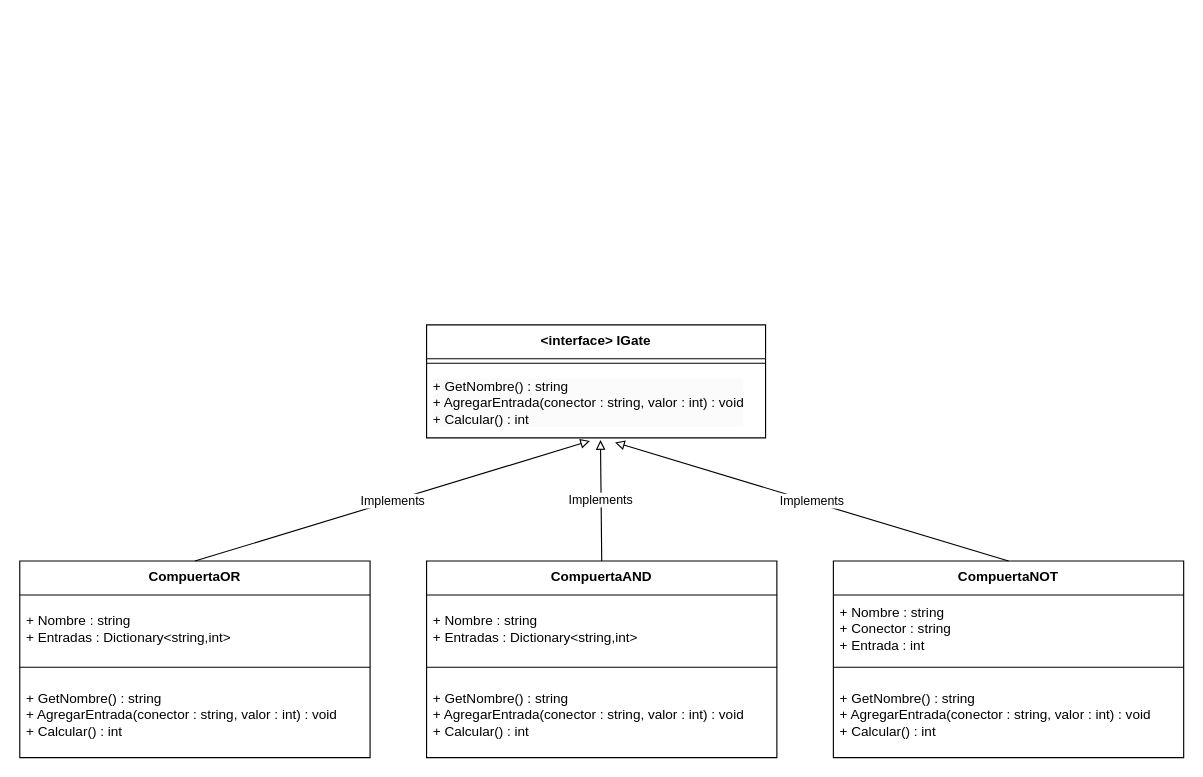
The draw.io diagram UML_Gates.drawio in DiegoBar2024/PII_Logic_Gates_Start, before the edit. Source tidied: cells renumbered, new cells numbered last; positions are measured from the earlier drawing's top-left corner, leaving out a move shared by most shapes. Both pictures are drawn from the tidied source at 113%, with x=0, y=0 at pixel (19, 324).
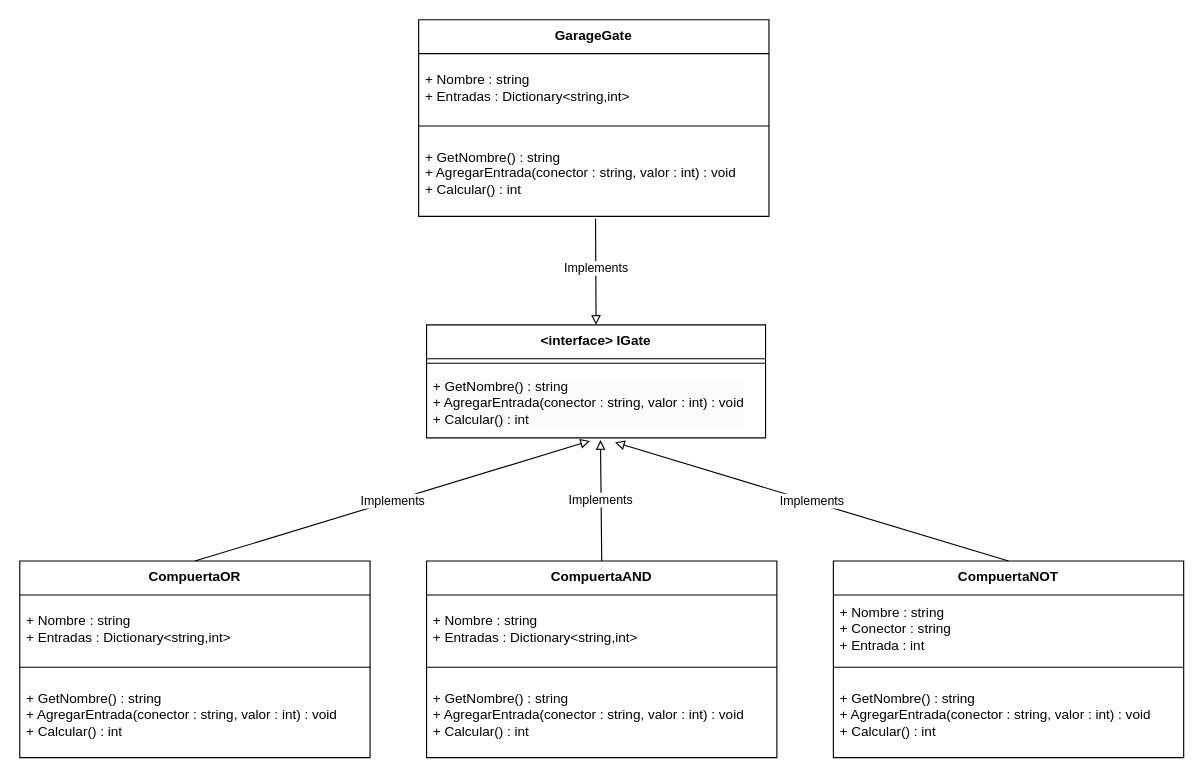
After the change.

Commit message:
Cambios UML

The change refers to these unchanged cells:
```xml
<mxCell id="6" value="&lt;b&gt;&amp;lt;interface&amp;gt; IGate&lt;/b&gt;" style="swimlane;fontStyle=0;align=center;verticalAlign=top;horizontal=1;startSize=30;html=1;whiteSpace=wrap;" parent="1" vertex="1">
  <mxGeometry x="360" width="300" height="100" as="geometry" />
</mxCell>
```

Change to the diagram source:
```diff
@@
+    <mxCell id="20" value="&lt;b&gt;GarageGate&lt;/b&gt;" style="swimlane;fontStyle=0;align=center;verticalAlign=top;horizontal=1;startSize=30;html=1;whiteSpace=wrap;" parent="1" vertex="1">
+      <mxGeometry x="353" y="-270" width="310" height="174" as="geometry" />
+    </mxCell>
+    <mxCell id="21" value="+ Nombre : string&lt;div&gt;+ Entradas : Dictionary&amp;lt;string,int&amp;gt;&lt;/div&gt;" style="text;html=1;strokeColor=none;fillColor=none;align=left;verticalAlign=middle;spacingLeft=4;spacingRight=4;overflow=hidden;whiteSpace=wrap;" parent="20" vertex="1">
+      <mxGeometry y="30" width="310" height="60" as="geometry" />
+    </mxCell>
+    <mxCell id="22" style="line;strokeWidth=1;fillColor=none;align=left;verticalAlign=bottom;spacingTop=-1;spacingLeft=3;spacingRight=3;labelPosition=right;" parent="20" vertex="1">
+      <mxGeometry y="90" width="310" height="8" as="geometry" />
+    </mxCell>
+    <mxCell id="23" value="&lt;div&gt;+ GetNombre() : string&lt;/div&gt;&lt;div&gt;+ AgregarEntrada(conector : string, valor : int) : void&lt;/div&gt;&lt;div&gt;+ Calcular() : int&lt;/div&gt;" style="text;html=1;strokeColor=none;fillColor=none;align=left;verticalAlign=middle;spacingLeft=4;spacingRight=4;overflow=hidden;points=[[0,0.5],[1,0.5]];portConstraint=eastwest;whiteSpace=wrap;" parent="20" vertex="1">
+      <mxGeometry y="98" width="310" height="76" as="geometry" />
+    </mxCell>
+    <mxCell id="24" value="Implements" style="endArrow=block;html=1;rounded=0;exitX=0.505;exitY=1.026;exitDx=0;exitDy=0;exitPerimeter=0;entryX=0.5;entryY=0;entryDx=0;entryDy=0;endFill=0;" parent="1" edge="1" source="23" target="6">
+      <mxGeometry x="-0.06" relative="1" as="geometry" />
+    </mxCell>
```
